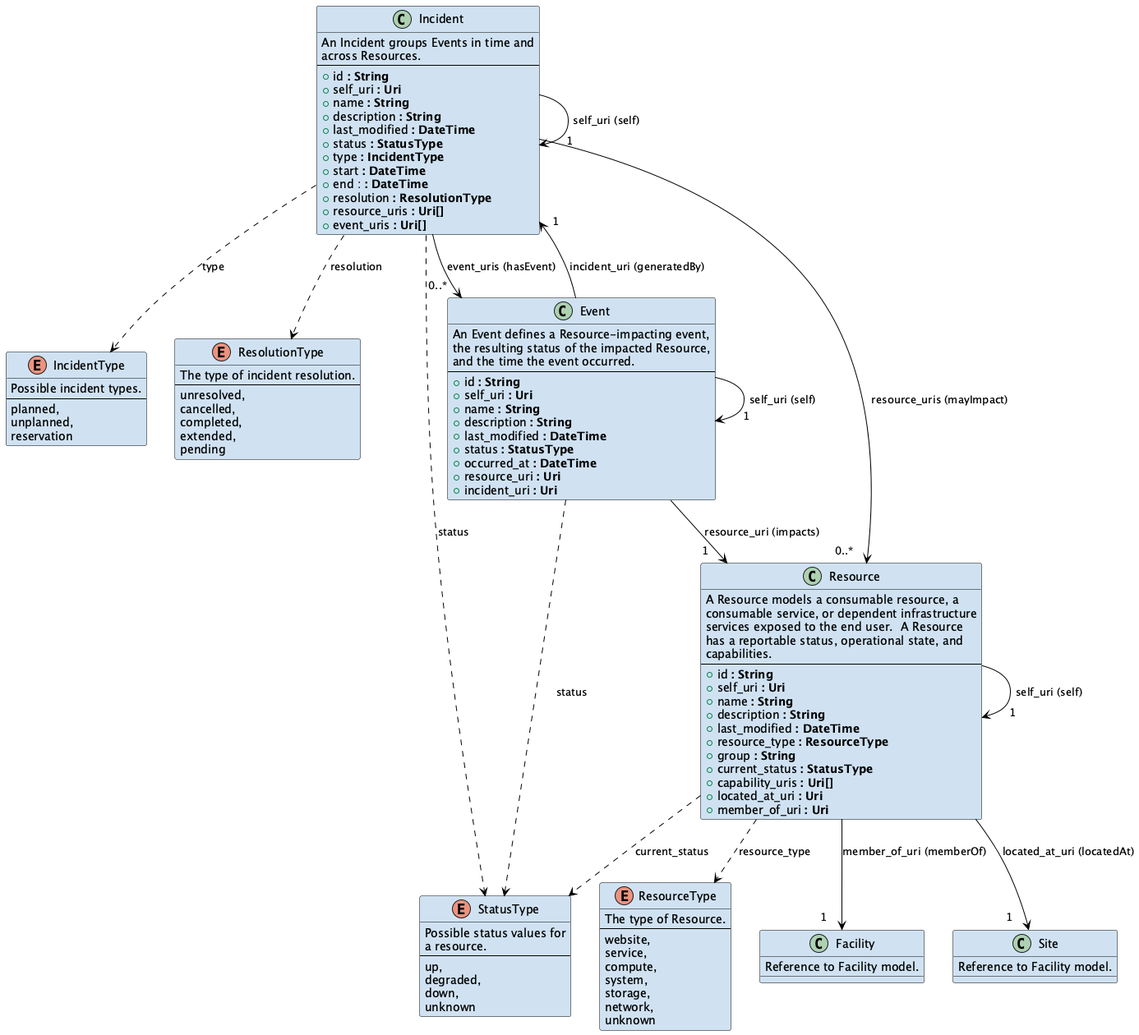
This is specification/images/status-model.png from doe-iri/iri-facility-api-docs, a PlantUML export, as it was before one commit.
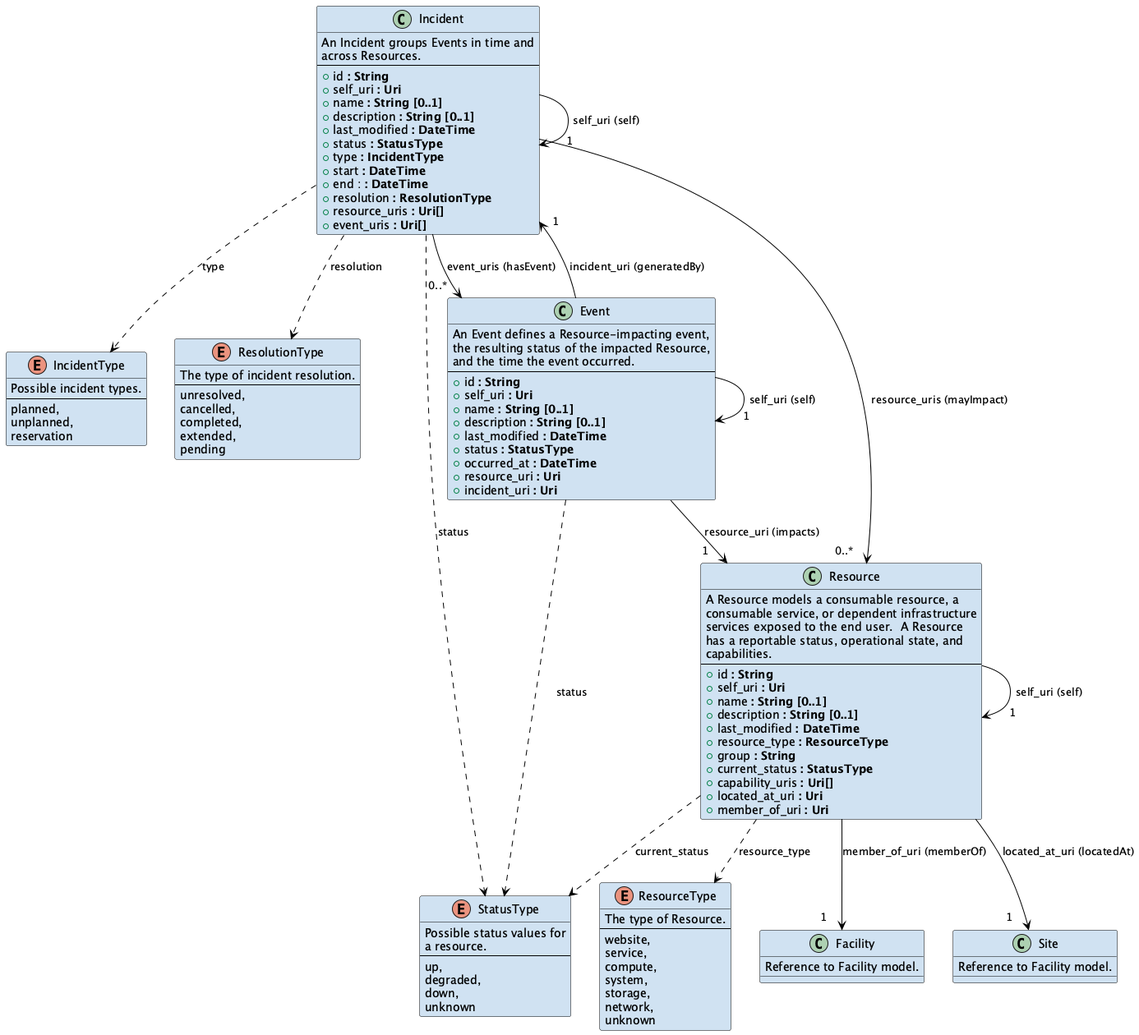
Above is the later version.

The edit, as a diff of the source:
```diff
@@ -12,8 +12,8 @@
   ---
   + id <b>: String</b>
   + self_uri <b>: Uri</b>
-  + name <b>: String</b>
-  + description <b>: String</b>
+  + name <b>: String [0..1]</b>
+  + description <b>: String [0..1]</b>
   + last_modified <b>: DateTime</b>
   + status <b>: StatusType</b>
   + type <b>: IncidentType</b>
@@ -65,8 +65,8 @@
   ---
   + id <b>: String</b>
   + self_uri <b>: Uri</b>
-  + name <b>: String</b>
-  + description <b>: String</b>
+  + name <b>: String [0..1]</b>
+  + description <b>: String [0..1]</b>
   + last_modified <b>: DateTime</b>
   + status <b>: StatusType</b>
   + occurred_at <b>: DateTime</b>
@@ -89,8 +89,8 @@
   ---
   + id <b>: String</b>
   + self_uri <b>: Uri</b>
-  + name <b>: String</b>
-  + description <b>: String</b>
+  + name <b>: String [0..1]</b>
+  + description <b>: String [0..1]</b>
   + last_modified <b>: DateTime</b>
   + resource_type <b>: ResourceType</b>
   + group <b>: String</b>
```
